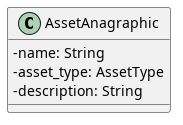
This is src/PB/DocumentazioneEsterna/Specifica_Tecnica/content/uml/png/GetAssetAnagraphic/AssetAnagraphic.png from GroupRubberDuck/Documentazione, a PlantUML export, as it was before one commit.
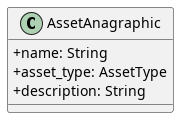
After the change.

Diff of the diagram source:
```diff
@@ -2,9 +2,9 @@
 skinparam classAttributeIconSize 0
 
 class AssetAnagraphic {
-    - name: String
-    - asset_type: AssetType
-    - description: String
+    + name: String
+    + asset_type: AssetType
+    + description: String
 }
 
 @enduml
```
